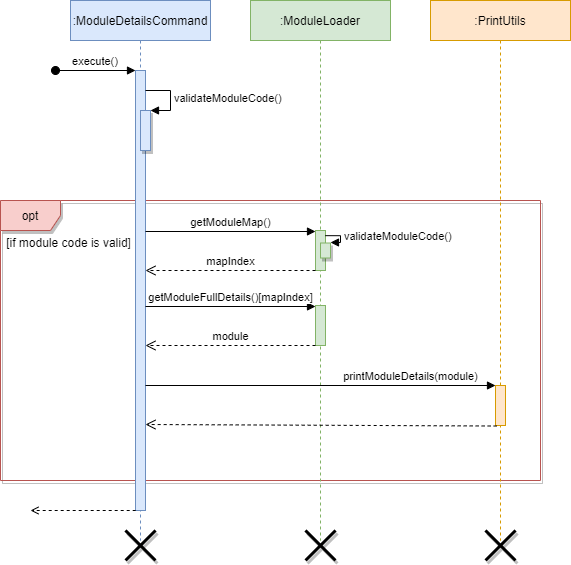
vanessa-kang/tp keeps this draw.io diagram as docs/images/DeveloperGuide/moduleDetailsCommand_sequence.png. Above is the earlier version. Source tidied: cells renumbered, new cells last; positions are measured from the earlier drawing's top-left corner, leaving out a move shared by most shapes.
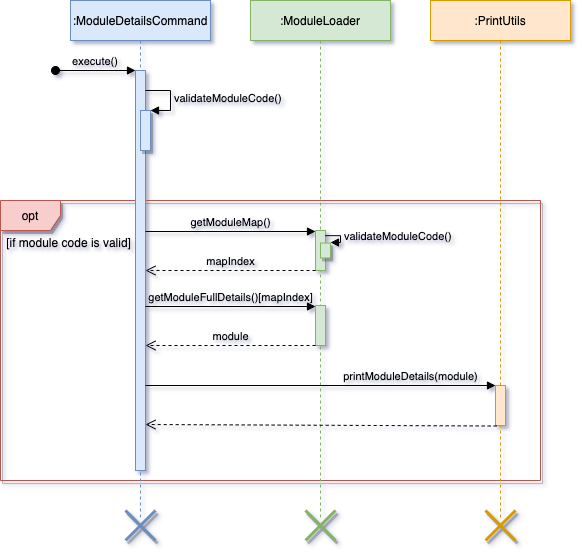
The same file after the commit.

Commit message:
Modified seq diag for ModuleDetailsCommand

The edit, as a diff of the source:
```diff
@@ -2,104 +2,99 @@
   <root>
     <mxCell id="0" />
     <mxCell id="1" parent="0" />
-    <mxCell id="2" value="opt" style="shape=umlFrame;whiteSpace=wrap;html=1;shadow=1;glass=0;sketch=0;fillColor=#f8cecc;strokeColor=#b85450;" parent="1" vertex="1">
+    <mxCell id="2" value="opt" style="shape=umlFrame;whiteSpace=wrap;html=1;shadow=1;glass=0;sketch=0;fillColor=#f8cecc;strokeColor=#b85450;labelBackgroundColor=none;" parent="1" vertex="1">
       <mxGeometry y="200" width="540" height="280" as="geometry" />
     </mxCell>
-    <mxCell id="3" value=":ModuleDetailsCommand" style="shape=umlLifeline;perimeter=lifelinePerimeter;rounded=0;shadow=0;strokeWidth=1;verticalAlign=middle;fillColor=#dae8fc;strokeColor=#6c8ebf;" parent="1" vertex="1">
-      <mxGeometry x="70" width="140" height="540" as="geometry" />
+    <mxCell id="3" value=":ModuleDetailsCommand" style="shape=umlLifeline;perimeter=lifelinePerimeter;rounded=0;shadow=0;strokeWidth=1;verticalAlign=middle;fillColor=#dae8fc;strokeColor=#6c8ebf;labelBackgroundColor=none;" parent="1" vertex="1">
+      <mxGeometry x="70" width="140" height="520" as="geometry" />
     </mxCell>
-    <mxCell id="4" style="points=[];perimeter=orthogonalPerimeter;rounded=0;shadow=0;strokeWidth=1;fillColor=#dae8fc;strokeColor=#6c8ebf;" parent="3" vertex="1">
-      <mxGeometry x="65" y="70" width="10" height="440" as="geometry" />
-    </mxCell>
+    <mxCell id="26" style="points=[];perimeter=orthogonalPerimeter;rounded=0;shadow=0;strokeWidth=1;fillColor=#dae8fc;strokeColor=#6c8ebf;labelBackgroundColor=none;" parent="3" vertex="1">
+      <mxGeometry x="65" y="70" width="10" height="400" as="geometry" />
+    </mxCell>
-    <mxCell id="5" value="execute()" style="verticalAlign=bottom;startArrow=oval;endArrow=block;startSize=8;shadow=0;strokeWidth=1;" parent="3" edge="1" target="4">
+    <mxCell id="5" value="execute()" style="verticalAlign=bottom;startArrow=oval;endArrow=block;startSize=8;shadow=0;strokeWidth=1;labelBackgroundColor=none;" parent="3" edge="1" target="26">
       <mxGeometry relative="1" as="geometry">
         <mxPoint x="-15" y="70" as="sourcePoint" />
       </mxGeometry>
     </mxCell>
-    <mxCell id="6" style="html=1;points=[];perimeter=orthogonalPerimeter;shadow=1;glass=0;sketch=0;fillColor=#dae8fc;strokeColor=#6c8ebf;" parent="3" vertex="1">
-      <mxGeometry x="70" y="110" width="10" height="40" as="geometry" />
-    </mxCell>
-    <mxCell id="7" value="validateModuleCode()" style="edgeStyle=orthogonalEdgeStyle;html=1;align=left;spacingLeft=2;endArrow=block;rounded=0;entryX=1;entryY=0;fillColor=#dae8fc;" parent="3" edge="1" target="6">
-      <mxGeometry relative="1" as="geometry">
-        <mxPoint x="75" y="90" as="sourcePoint" />
-        <Array as="points">
-          <mxPoint x="100" y="90" />
-        </Array>
-      </mxGeometry>
-    </mxCell>
+    <mxCell id="27" style="html=1;points=[];perimeter=orthogonalPerimeter;shadow=1;glass=0;sketch=0;fillColor=#dae8fc;strokeColor=#6c8ebf;labelBackgroundColor=none;" parent="3" vertex="1">
+      <mxGeometry x="70" y="110" width="10" height="40" as="geometry" />
+    </mxCell>
+    <mxCell id="28" value="validateModuleCode()" style="edgeStyle=orthogonalEdgeStyle;html=1;align=left;spacingLeft=2;endArrow=block;rounded=0;entryX=1;entryY=0;fillColor=#dae8fc;labelBackgroundColor=none;" parent="3" edge="1" target="27">
+      <mxGeometry relative="1" as="geometry">
+        <mxPoint x="75" y="90" as="sourcePoint" />
+        <Array as="points">
+          <mxPoint x="100" y="90" />
+        </Array>
+      </mxGeometry>
+    </mxCell>
-    <mxCell id="8" value=":ModuleLoader" style="shape=umlLifeline;perimeter=lifelinePerimeter;rounded=0;shadow=0;strokeWidth=1;fillColor=#d5e8d4;strokeColor=#82b366;glass=0;sketch=0;" parent="1" vertex="1">
-      <mxGeometry x="250" width="140" height="540" as="geometry" />
+    <mxCell id="8" value=":ModuleLoader" style="shape=umlLifeline;perimeter=lifelinePerimeter;rounded=0;shadow=0;strokeWidth=1;fillColor=#d5e8d4;strokeColor=#82b366;glass=0;sketch=0;labelBackgroundColor=none;" parent="1" vertex="1">
+      <mxGeometry x="250" width="140" height="520" as="geometry" />
     </mxCell>
-    <mxCell id="9" style="points=[];perimeter=orthogonalPerimeter;rounded=0;shadow=0;strokeWidth=1;fillColor=#d5e8d4;strokeColor=#82b366;" parent="8" vertex="1">
-      <mxGeometry x="65" y="230" width="10" height="40" as="geometry" />
-    </mxCell>
-    <mxCell id="10" style="html=1;perimeter=orthogonalPerimeter;shadow=1;glass=0;sketch=0;fillColor=#d5e8d4;strokeColor=#82b366;" parent="8" vertex="1">
-      <mxGeometry x="70" y="242.5" width="10" height="15" as="geometry" />
-    </mxCell>
+    <mxCell id="29" style="points=[];perimeter=orthogonalPerimeter;rounded=0;shadow=0;strokeWidth=1;fillColor=#d5e8d4;strokeColor=#82b366;labelBackgroundColor=none;" parent="8" vertex="1">
+      <mxGeometry x="65" y="230" width="10" height="40" as="geometry" />
+    </mxCell>
+    <mxCell id="30" style="html=1;perimeter=orthogonalPerimeter;shadow=1;glass=0;sketch=0;fillColor=#d5e8d4;strokeColor=#82b366;labelBackgroundColor=none;" parent="8" vertex="1">
+      <mxGeometry x="70" y="242.5" width="10" height="15" as="geometry" />
+    </mxCell>
-    <mxCell id="11" value=":PrintUtils" style="shape=umlLifeline;perimeter=lifelinePerimeter;rounded=0;shadow=0;strokeWidth=1;fillColor=#ffe6cc;strokeColor=#d79b00;glass=0;sketch=0;size=40;verticalAlign=middle;" parent="1" vertex="1">
-      <mxGeometry x="430" width="140" height="540" as="geometry" />
+    <mxCell id="11" value=":PrintUtils" style="shape=umlLifeline;perimeter=lifelinePerimeter;rounded=0;shadow=0;strokeWidth=1;fillColor=#ffe6cc;strokeColor=#d79b00;glass=0;sketch=0;labelBackgroundColor=none;" parent="1" vertex="1">
+      <mxGeometry x="430" width="140" height="520" as="geometry" />
     </mxCell>
-    <mxCell id="12" style="points=[];perimeter=orthogonalPerimeter;rounded=0;shadow=0;strokeWidth=1;fillColor=#ffe6cc;strokeColor=#d79b00;" parent="11" vertex="1">
-      <mxGeometry x="65" y="385" width="10" height="40" as="geometry" />
-    </mxCell>
+    <mxCell id="31" style="points=[];perimeter=orthogonalPerimeter;rounded=0;shadow=0;strokeWidth=1;fillColor=#ffe6cc;strokeColor=#d79b00;labelBackgroundColor=none;" parent="11" vertex="1">
+      <mxGeometry x="65" y="385" width="10" height="40" as="geometry" />
+    </mxCell>
-    <mxCell id="13" value="[if module code is valid]" style="text;align=center;fontStyle=0;verticalAlign=middle;spacingLeft=3;spacingRight=3;strokeColor=none;shadow=1;glass=0;sketch=0;fillColor=none;" parent="1" vertex="1">
+    <mxCell id="13" value="[if module code is valid]" style="text;align=center;fontStyle=0;verticalAlign=middle;spacingLeft=3;spacingRight=3;strokeColor=none;shadow=1;glass=0;sketch=0;fillColor=none;labelBackgroundColor=none;" parent="1" vertex="1">
       <mxGeometry x="7" y="222" width="123.1" height="40" as="geometry" />
     </mxCell>
-    <mxCell id="14" value="getModuleMap()" style="html=1;verticalAlign=bottom;endArrow=block;strokeColor=#000000;" parent="1" edge="1">
+    <mxCell id="14" value="getModuleMap()" style="html=1;verticalAlign=bottom;endArrow=block;strokeColor=#000000;labelBackgroundColor=none;" parent="1" edge="1">
       <mxGeometry relative="1" as="geometry">
         <mxPoint x="145" y="231" as="sourcePoint" />
         <mxPoint x="315" y="231" as="targetPoint" />
       </mxGeometry>
     </mxCell>
-    <mxCell id="15" value="mapIndex" style="html=1;verticalAlign=bottom;endArrow=open;dashed=1;endSize=8;strokeColor=#000000;exitX=0;exitY=1;exitDx=0;exitDy=0;exitPerimeter=0;" parent="1" edge="1" source="9" target="4">
+    <mxCell id="15" value="mapIndex" style="html=1;verticalAlign=bottom;endArrow=open;dashed=1;endSize=8;strokeColor=#000000;exitX=0;exitY=1;exitDx=0;exitDy=0;exitPerimeter=0;labelBackgroundColor=none;" parent="1" edge="1" source="29" target="26">
       <mxGeometry relative="1" as="geometry" />
     </mxCell>
-    <mxCell id="16" style="points=[];perimeter=orthogonalPerimeter;rounded=0;shadow=0;strokeWidth=1;fillColor=#d5e8d4;strokeColor=#82b366;" parent="1" vertex="1">
-      <mxGeometry x="315" y="305" width="10" height="40" as="geometry" />
-    </mxCell>
+    <mxCell id="32" style="points=[];perimeter=orthogonalPerimeter;rounded=0;shadow=0;strokeWidth=1;fillColor=#d5e8d4;strokeColor=#82b366;labelBackgroundColor=none;" parent="1" vertex="1">
+      <mxGeometry x="315" y="305" width="10" height="40" as="geometry" />
+    </mxCell>
-    <mxCell id="17" value="getModuleFullDetails()[mapIndex]" style="html=1;verticalAlign=bottom;endArrow=block;strokeColor=#000000;" parent="1" edge="1">
+    <mxCell id="17" value="getModuleFullDetails()[mapIndex]" style="html=1;verticalAlign=bottom;endArrow=block;strokeColor=#000000;labelBackgroundColor=none;" parent="1" edge="1">
       <mxGeometry relative="1" as="geometry">
         <mxPoint x="145" y="306" as="sourcePoint" />
         <mxPoint x="315" y="306" as="targetPoint" />
       </mxGeometry>
     </mxCell>
-    <mxCell id="18" value="module" style="html=1;verticalAlign=bottom;endArrow=open;dashed=1;endSize=8;strokeColor=#000000;exitX=0;exitY=1;exitDx=0;exitDy=0;exitPerimeter=0;" parent="1" edge="1" source="16">
+    <mxCell id="18" value="module" style="html=1;verticalAlign=bottom;endArrow=open;dashed=1;endSize=8;strokeColor=#000000;exitX=0;exitY=1;exitDx=0;exitDy=0;exitPerimeter=0;labelBackgroundColor=none;" parent="1" edge="1" source="32">
       <mxGeometry relative="1" as="geometry">
         <mxPoint x="145" y="345" as="targetPoint" />
       </mxGeometry>
     </mxCell>
-    <mxCell id="19" value="validateModuleCode()" style="edgeStyle=orthogonalEdgeStyle;html=1;align=left;spacingLeft=2;endArrow=block;entryX=1;entryY=0;fillColor=#dae8fc;exitX=0.978;exitY=0.129;exitDx=0;exitDy=0;exitPerimeter=0;rounded=0;" parent="1" edge="1" source="9">
-      <mxGeometry relative="1" as="geometry">
-        <mxPoint x="330" y="242" as="targetPoint" />
-        <Array as="points">
-          <mxPoint x="340" y="235" />
-          <mxPoint x="340" y="242" />
-        </Array>
-      </mxGeometry>
-    </mxCell>
+    <mxCell id="33" value="validateModuleCode()" style="edgeStyle=orthogonalEdgeStyle;html=1;align=left;spacingLeft=2;endArrow=block;entryX=1;entryY=0;fillColor=#dae8fc;exitX=0.978;exitY=0.129;exitDx=0;exitDy=0;exitPerimeter=0;rounded=0;labelBackgroundColor=none;" parent="1" edge="1" source="29">
+      <mxGeometry relative="1" as="geometry">
+        <mxPoint x="330" y="242" as="targetPoint" />
+        <Array as="points">
+          <mxPoint x="340" y="235" />
+          <mxPoint x="340" y="242" />
+        </Array>
+      </mxGeometry>
+    </mxCell>
-    <mxCell id="20" value="printModuleDetails(module)" style="html=1;verticalAlign=bottom;endArrow=block;strokeColor=#000000;" parent="1" edge="1" target="12">
+    <mxCell id="20" value="printModuleDetails(module)" style="html=1;verticalAlign=bottom;endArrow=block;strokeColor=#000000;labelBackgroundColor=none;" parent="1" edge="1" target="31">
       <mxGeometry x="0.51" relative="1" as="geometry">
         <mxPoint x="145" y="385" as="sourcePoint" />
       </mxGeometry>
     </mxCell>
-    <mxCell id="21" style="html=1;verticalAlign=bottom;endArrow=open;dashed=1;endSize=8;strokeColor=#000000;exitX=0.117;exitY=1.013;exitDx=0;exitDy=0;exitPerimeter=0;" parent="1" edge="1" source="12">
-      <mxGeometry relative="1" as="geometry">
-        <mxPoint x="145" y="424" as="targetPoint" />
-      </mxGeometry>
-    </mxCell>
-    <mxCell id="22" style="shape=umlDestroy;whiteSpace=wrap;html=1;strokeWidth=3;shadow=1;glass=0;sketch=0;fillColor=none;" parent="1" vertex="1">
-      <mxGeometry x="125" y="530" width="30" height="30" as="geometry" />
-    </mxCell>
-    <mxCell id="23" style="shape=umlDestroy;whiteSpace=wrap;html=1;strokeWidth=3;shadow=1;glass=0;sketch=0;fillColor=none;" parent="1" vertex="1">
-      <mxGeometry x="305" y="530" width="30" height="30" as="geometry" />
-    </mxCell>
-    <mxCell id="24" style="shape=umlDestroy;whiteSpace=wrap;html=1;strokeWidth=3;shadow=1;glass=0;sketch=0;fillColor=none;" parent="1" vertex="1">
-      <mxGeometry x="485" y="530" width="30" height="30" as="geometry" />
-    </mxCell>
-    <mxCell id="25" style="html=1;verticalAlign=bottom;endArrow=open;strokeColor=#000000;dashed=1;exitX=0.02;exitY=1;exitDx=0;exitDy=0;exitPerimeter=0;endFill=0;" parent="1" edge="1" source="4">
-      <mxGeometry relative="1" as="geometry">
-        <mxPoint x="30" y="510" as="targetPoint" />
-      </mxGeometry>
-    </mxCell>
+    <mxCell id="34" style="html=1;verticalAlign=bottom;endArrow=open;dashed=1;endSize=8;strokeColor=#000000;exitX=0.117;exitY=1.013;exitDx=0;exitDy=0;exitPerimeter=0;labelBackgroundColor=none;" parent="1" edge="1" source="31">
+      <mxGeometry relative="1" as="geometry">
+        <mxPoint x="145" y="424" as="targetPoint" />
+      </mxGeometry>
+    </mxCell>
+    <mxCell id="35" style="shape=umlDestroy;whiteSpace=wrap;html=1;strokeWidth=3;shadow=1;glass=0;sketch=0;fillColor=#dae8fc;strokeColor=#6c8ebf;labelBackgroundColor=none;" parent="1" vertex="1">
+      <mxGeometry x="125" y="510" width="30" height="30" as="geometry" />
+    </mxCell>
+    <mxCell id="36" style="shape=umlDestroy;whiteSpace=wrap;html=1;strokeWidth=3;shadow=1;glass=0;sketch=0;fillColor=#d5e8d4;strokeColor=#82b366;labelBackgroundColor=none;" parent="1" vertex="1">
+      <mxGeometry x="305" y="510" width="30" height="30" as="geometry" />
+    </mxCell>
+    <mxCell id="37" style="shape=umlDestroy;whiteSpace=wrap;html=1;strokeWidth=3;shadow=1;glass=0;sketch=0;fillColor=#ffe6cc;strokeColor=#d79b00;labelBackgroundColor=none;" parent="1" vertex="1">
+      <mxGeometry x="485" y="510" width="30" height="30" as="geometry" />
+    </mxCell>
   </root>
 </mxGraphModel>
```
